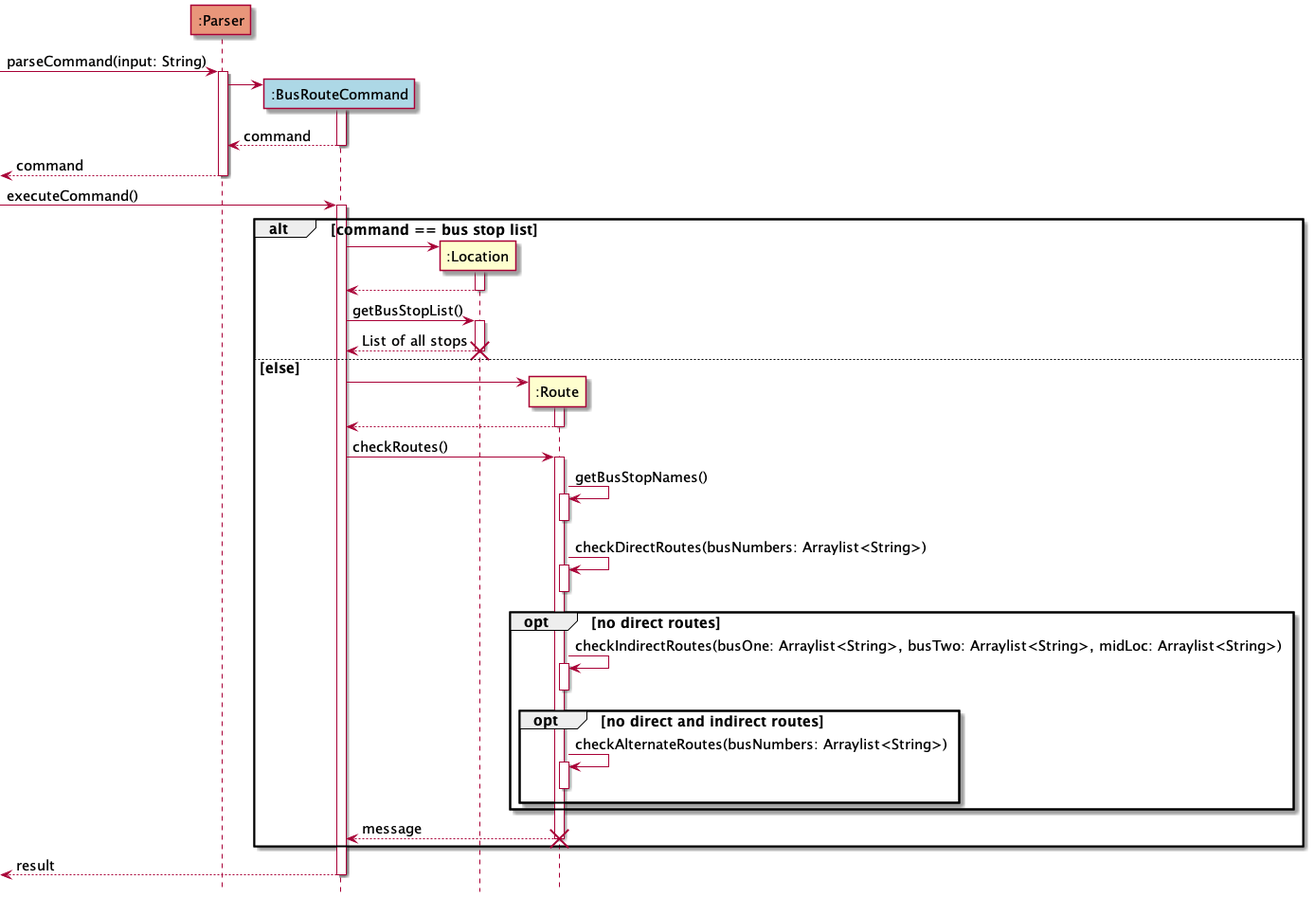
Above: docs/assets/images/BusRouteSequenceDiagram.png in shyamgj1900/tp (PlantUML), before the change.
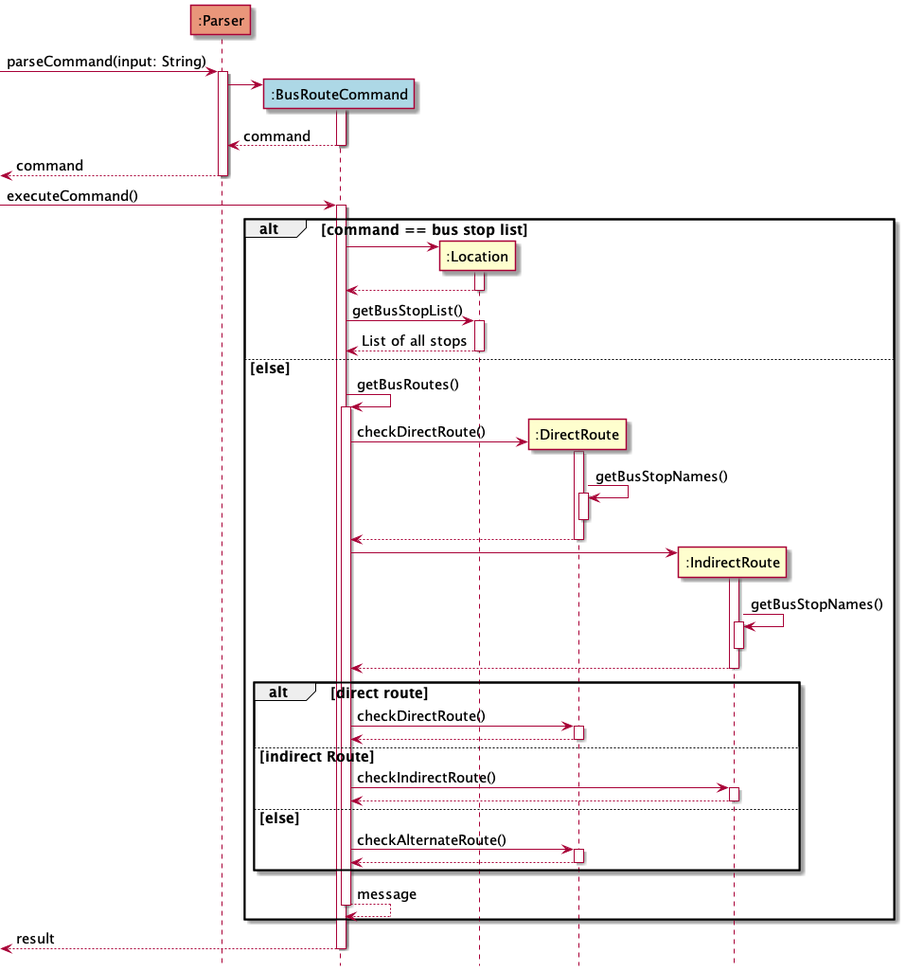
Above is the later version.

Commit message:
Update DG for bus route command and minor refactor

What changed in the source:
```diff
@@ -26,35 +26,44 @@
 activate ":Location"
 ":Location" --> ":BusRouteCommand": List of all stops
 deactivate ":Location"
-destroy ":Location"
 else else
-create ":Route"
-":BusRouteCommand" -> ":Route"
-activate ":Route"
-return
-deactivate ":Route"
-":BusRouteCommand" -> ":Route": checkRoutes()
-activate ":Route"
-":Route" -> ":Route": getBusStopNames()
-activate ":Route"
-deactivate ":Route"
-":Route" -> ":Route": checkDirectRoutes(busNumbers: Arraylist<String>)
-activate ":Route"
-deactivate ":Route"
-opt no direct routes
-":Route" -> ":Route": checkIndirectRoutes(busOne: Arraylist<String>, busTwo: Arraylist<String>, midLoc: Arraylist<String>)
-activate ":Route"
-deactivate ":Route"
-opt no direct and indirect routes
-":Route" -> ":Route": checkAlternateRoutes(busNumbers: Arraylist<String>)
-activate ":Route"
-deactivate ":Route"
-end opt
-end opt
-":Route" --> ":BusRouteCommand": message
-destroy ":Route"
+":BusRouteCommand" -> ":BusRouteCommand": getBusRoutes()
+activate ":BusRouteCommand"
+create ":DirectRoute"
+":BusRouteCommand" -> ":DirectRoute": checkDirectRoute()
+activate ":DirectRoute"
+":DirectRoute" -> ":DirectRoute": getBusStopNames()
+activate ":DirectRoute"
+deactivate ":DirectRoute"
+":DirectRoute" --> ":BusRouteCommand"
+deactivate ":DirectRoute"
+create ":IndirectRoute"
+":BusRouteCommand" -> ":IndirectRoute"
+activate ":IndirectRoute"
+":IndirectRoute" -> ":IndirectRoute": getBusStopNames()
+activate ":IndirectRoute"
+deactivate ":IndirectRoute"
+":IndirectRoute" --> ":BusRouteCommand":
+deactivate ":IndirectRoute"
+alt direct route
+":BusRouteCommand" -> ":DirectRoute": checkDirectRoute()
+activate ":DirectRoute"
+":DirectRoute" --> ":BusRouteCommand"
+deactivate ":DirectRoute"
+else indirect Route
+":BusRouteCommand" -> ":IndirectRoute": checkIndirectRoute()
+activate ":IndirectRoute"
+":IndirectRoute" --> ":BusRouteCommand"
+deactivate ":IndirectRoute"
+else else
+":BusRouteCommand" -> ":DirectRoute": checkAlternateRoute()
+activate ":DirectRoute"
+":DirectRoute" --> ":BusRouteCommand"
+deactivate ":DirectRoute"
 end
-deactivate ":Route"
+":BusRouteCommand" --> ":BusRouteCommand": message
+deactivate ":BusRouteCommand"
+end
 <-- ":BusRouteCommand": result
 deactivate ":BusRouteCommand"
 @enduml
```
